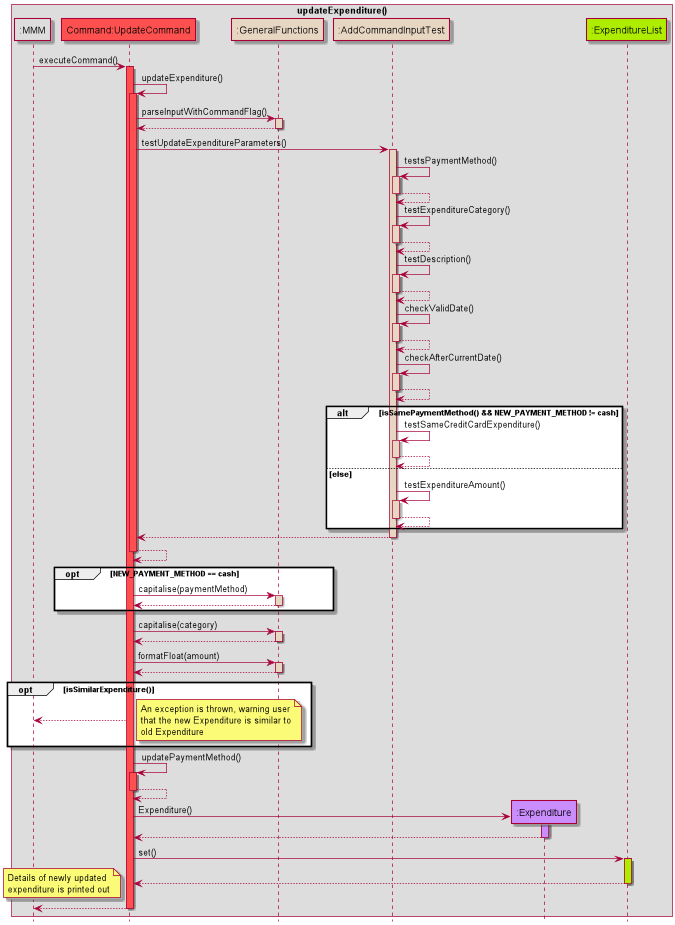
Earlier version of the PlantUML export docs/images/UpdateExpenditureSequenceDiagram.png (nus-cs2113-AY2122S2/tp). Source of this version:
```plantuml
@startuml
!include Style.puml

box updateExpenditure()
participant ":MMM" as MMM MMM_COLOUR
participant "Command:UpdateCommand" as updateCommand COMMANDS_COLOUR
participant ":GeneralFunctions" as GeneralFunctions HELPER_COLOUR
participant ":AddCommandInputTest" as AddCommandInputTest HELPER_COLOUR
participant ":Expenditure" as Expenditure USERFINANCIAL_COLOUR
participant ":ExpenditureList" as ExpenditureList DATA_COLOUR

end box
hide footbox

MMM -> updateCommand: executeCommand()
activate updateCommand COMMANDS_COLOUR

updateCommand -> updateCommand: updateExpenditure()
activate updateCommand COMMANDS_COLOUR

updateCommand -> GeneralFunctions: parseInputWithCommandFlag()
activate GeneralFunctions HELPER_COLOUR
GeneralFunctions --> updateCommand
deactivate GeneralFunctions


updateCommand -> AddCommandInputTest: testUpdateExpenditureParameters()
activate AddCommandInputTest HELPER_COLOUR

AddCommandInputTest -> AddCommandInputTest: testsPaymentMethod()
activate AddCommandInputTest HELPER_COLOUR
AddCommandInputTest --> AddCommandInputTest
deactivate AddCommandInputTest

AddCommandInputTest -> AddCommandInputTest: testExpenditureCategory()
activate AddCommandInputTest HELPER_COLOUR
AddCommandInputTest --> AddCommandInputTest
deactivate AddCommandInputTest

AddCommandInputTest -> AddCommandInputTest: testDescription()
activate AddCommandInputTest HELPER_COLOUR
AddCommandInputTest --> AddCommandInputTest
deactivate AddCommandInputTest

AddCommandInputTest -> AddCommandInputTest: checkValidDate()
activate AddCommandInputTest HELPER_COLOUR
AddCommandInputTest --> AddCommandInputTest
deactivate AddCommandInputTest

AddCommandInputTest -> AddCommandInputTest: checkAfterCurrentDate()
activate AddCommandInputTest HELPER_COLOUR
AddCommandInputTest --> AddCommandInputTest
deactivate AddCommandInputTest

alt isSamePaymentMethod() && NEW_PAYMENT_METHOD != cash

AddCommandInputTest -> AddCommandInputTest: testSameCreditCardExpenditure()
activate AddCommandInputTest HELPER_COLOUR
AddCommandInputTest --> AddCommandInputTest
deactivate AddCommandInputTest

else else

AddCommandInputTest -> AddCommandInputTest: testExpenditureAmount()
activate AddCommandInputTest HELPER_COLOUR
AddCommandInputTest --> AddCommandInputTest
deactivate AddCommandInputTest

end

AddCommandInputTest --> updateCommand
deactivate AddCommandInputTest
updateCommand --> updateCommand
deactivate updateCommand COMMANDS_COLOUR

opt NEW_PAYMENT_METHOD == cash
updateCommand -> GeneralFunctions: capitalise(paymentMethod)
activate GeneralFunctions HELPER_COLOUR
GeneralFunctions --> updateCommand
deactivate GeneralFunctions
end

updateCommand -> GeneralFunctions: capitalise(category)
activate GeneralFunctions HELPER_COLOUR
GeneralFunctions --> updateCommand
deactivate GeneralFunctions

updateCommand -> GeneralFunctions: formatFloat(amount)
activate GeneralFunctions HELPER_COLOUR
GeneralFunctions --> updateCommand
deactivate GeneralFunctions

opt isSimilarExpenditure()
updateCommand --> MMM
note right
An exception is thrown, warning user
that the new Expenditure is similar to
old Expenditure
end note
end

updateCommand -> updateCommand: updatePaymentMethod()
activate updateCommand COMMANDS_COLOUR
updateCommand --> updateCommand
deactivate updateCommand

create Expenditure
updateCommand -> Expenditure: Expenditure()
activate Expenditure USERFINANCIAL_COLOUR
Expenditure --> updateCommand
deactivate Expenditure

updateCommand -> ExpenditureList: set()
activate ExpenditureList DATA_COLOUR
ExpenditureList --> updateCommand
deactivate ExpenditureList

note left
Details of newly updated
expenditure is printed out
end note

updateCommand --> MMM
deactivate updateCommand
@enduml
```
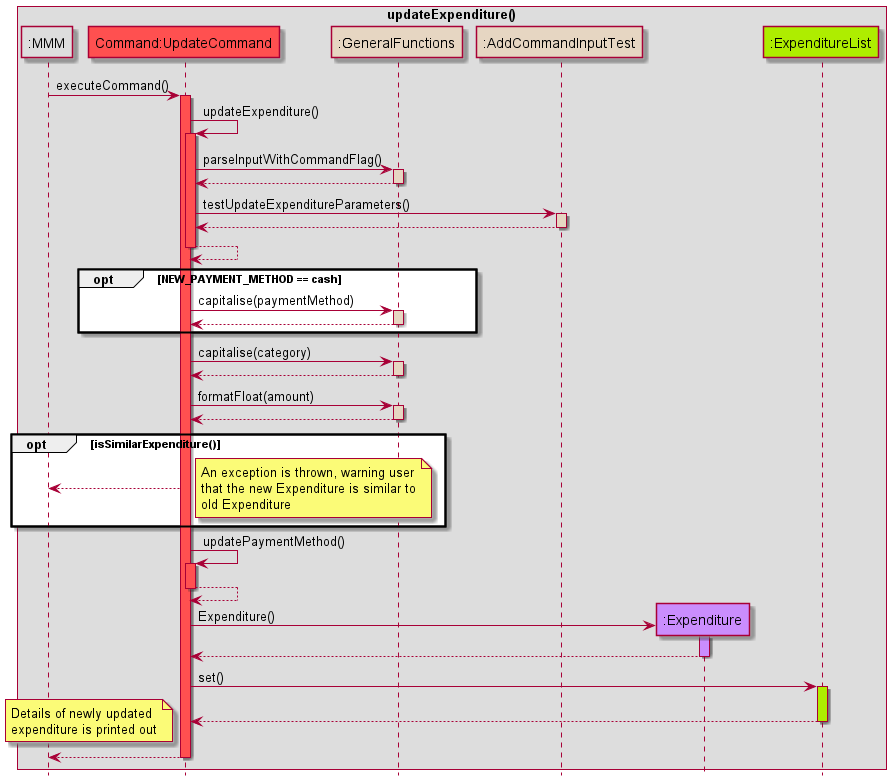
After the commit.

Change to the diagram source:
```diff
@@ -27,46 +27,6 @@
 updateCommand -> AddCommandInputTest: testUpdateExpenditureParameters()
 activate AddCommandInputTest HELPER_COLOUR
 
-AddCommandInputTest -> AddCommandInputTest: testsPaymentMethod()
-activate AddCommandInputTest HELPER_COLOUR
-AddCommandInputTest --> AddCommandInputTest
-deactivate AddCommandInputTest
-
-AddCommandInputTest -> AddCommandInputTest: testExpenditureCategory()
-activate AddCommandInputTest HELPER_COLOUR
-AddCommandInputTest --> AddCommandInputTest
-deactivate AddCommandInputTest
-
-AddCommandInputTest -> AddCommandInputTest: testDescription()
-activate AddCommandInputTest HELPER_COLOUR
-AddCommandInputTest --> AddCommandInputTest
-deactivate AddCommandInputTest
-
-AddCommandInputTest -> AddCommandInputTest: checkValidDate()
-activate AddCommandInputTest HELPER_COLOUR
-AddCommandInputTest --> AddCommandInputTest
-deactivate AddCommandInputTest
-
-AddCommandInputTest -> AddCommandInputTest: checkAfterCurrentDate()
-activate AddCommandInputTest HELPER_COLOUR
-AddCommandInputTest --> AddCommandInputTest
-deactivate AddCommandInputTest
-
-alt isSamePaymentMethod() && NEW_PAYMENT_METHOD != cash
-
-AddCommandInputTest -> AddCommandInputTest: testSameCreditCardExpenditure()
-activate AddCommandInputTest HELPER_COLOUR
-AddCommandInputTest --> AddCommandInputTest
-deactivate AddCommandInputTest
-
-else else
-
-AddCommandInputTest -> AddCommandInputTest: testExpenditureAmount()
-activate AddCommandInputTest HELPER_COLOUR
-AddCommandInputTest --> AddCommandInputTest
-deactivate AddCommandInputTest
-
-end
 
 AddCommandInputTest --> updateCommand
 deactivate AddCommandInputTest
```
